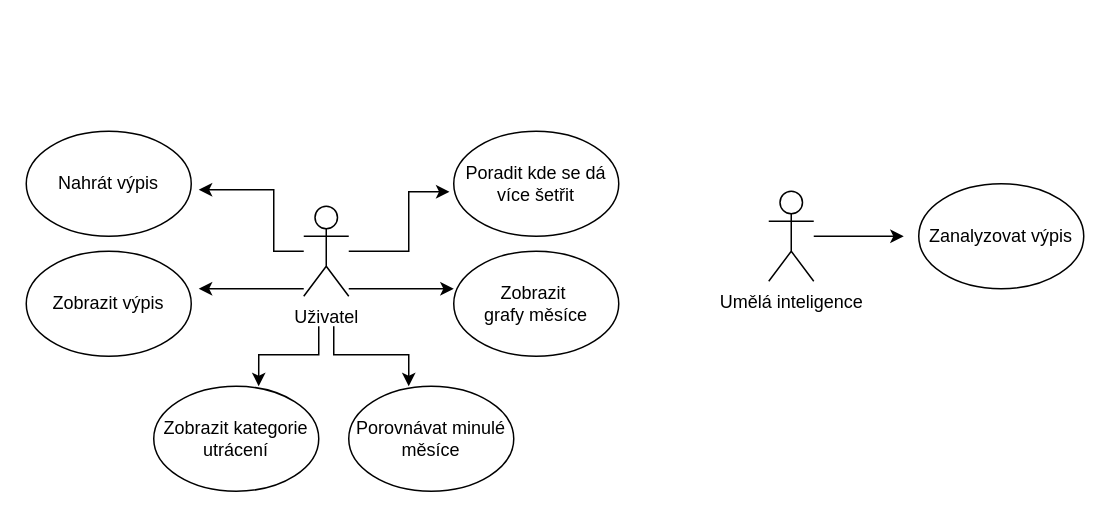
The draw.io diagram doc/use_case.drawio in PetrsGamers/bachelor_thesis_bank_trans_app, before the edit. Source tidied: cells renumbered, new cells numbered last; positions are measured from the earlier drawing's top-left corner, leaving out a move shared by most shapes. Both pictures are drawn from the tidied source at 150%, with x=0, y=0 at pixel (26, 130).
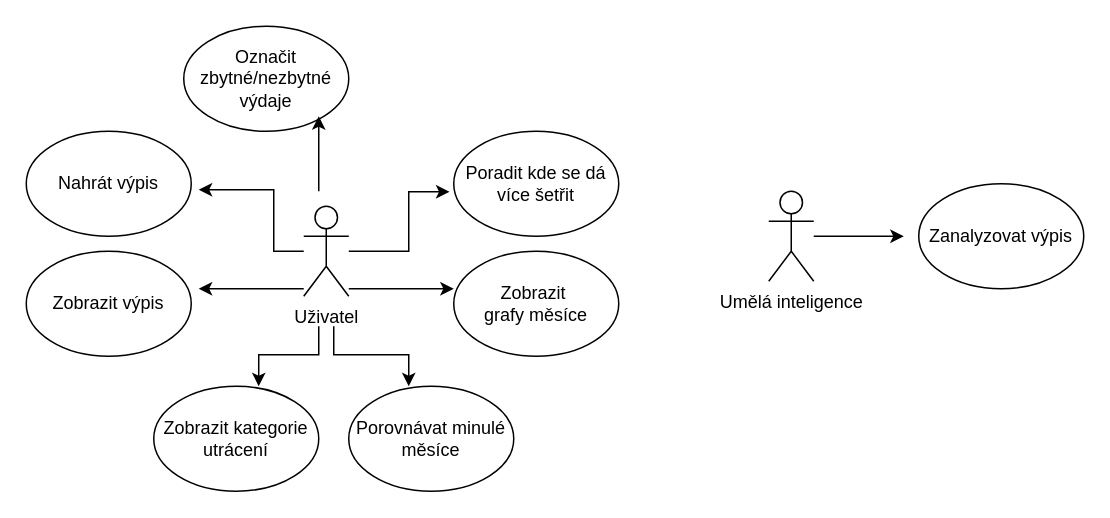
The same diagram, later.

The edit, as a diff of the source:
```diff
@@
+    <mxCell id="18" value="Označit zbytné/nezbytné výdaje" style="ellipse;whiteSpace=wrap;html=1;" parent="1" vertex="1">
+      <mxGeometry x="105" y="-70" width="110" height="70" as="geometry" />
+    </mxCell>
+    <mxCell id="19" style="endArrow=classic;html=1;edgeStyle=orthogonalEdgeStyle;rounded=0;" parent="1" edge="1">
+      <mxGeometry relative="1" as="geometry">
+        <mxPoint x="195" y="40" as="sourcePoint" />
+        <mxPoint x="195" y="-10" as="targetPoint" />
+        <Array as="points">
+          <mxPoint x="195" y="40" />
+        </Array>
+      </mxGeometry>
+    </mxCell>
```
